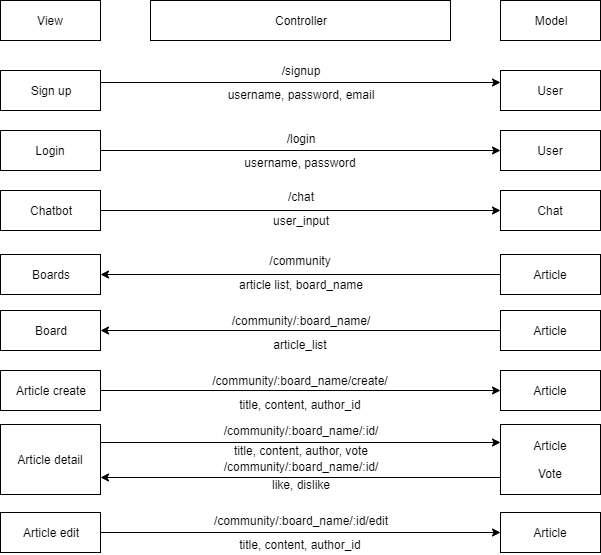
swsnu/swpp2019-team19 keeps this draw.io diagram as images/Controller.png. Above is the earlier version. Source tidied: cells renumbered, new cells last; positions are measured from the earlier drawing's top-left corner, leaving out a move shared by most shapes.
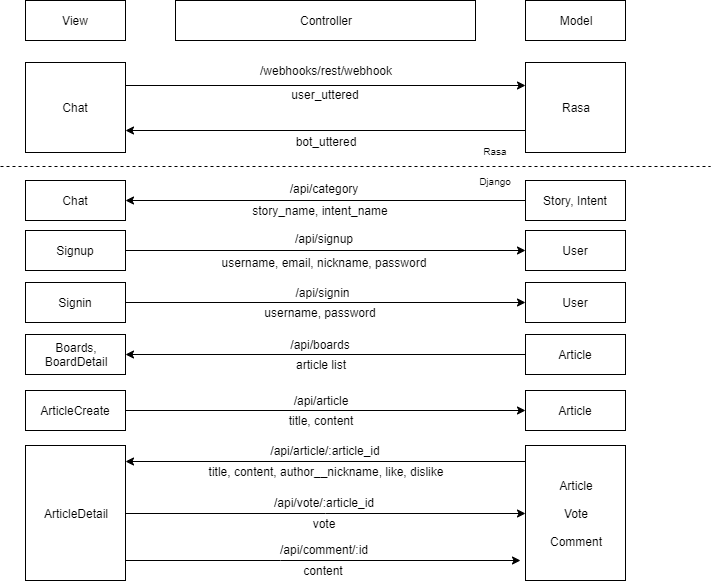
After the change.

Change to the diagram source:
```diff
@@ -11,137 +11,159 @@
     <mxCell id="4" value="Model" style="rounded=0;whiteSpace=wrap;html=1;" parent="1" vertex="1">
       <mxGeometry x="500" width="100" height="40" as="geometry" />
     </mxCell>
-    <mxCell id="5" value="Sign up" style="rounded=0;whiteSpace=wrap;html=1;" parent="1" vertex="1">
-      <mxGeometry y="70" width="100" height="40" as="geometry" />
+    <mxCell id="5" value="Signup" style="rounded=0;whiteSpace=wrap;html=1;" parent="1" vertex="1">
+      <mxGeometry y="230" width="100" height="40" as="geometry" />
     </mxCell>
     <mxCell id="6" value="User" style="rounded=0;whiteSpace=wrap;html=1;" parent="1" vertex="1">
-      <mxGeometry x="500" y="70" width="100" height="40" as="geometry" />
+      <mxGeometry x="500" y="230" width="100" height="40" as="geometry" />
     </mxCell>
-    <mxCell id="7" value="Login" style="rounded=0;whiteSpace=wrap;html=1;" parent="1" vertex="1">
-      <mxGeometry y="130" width="100" height="40" as="geometry" />
+    <mxCell id="7" value="Signin" style="rounded=0;whiteSpace=wrap;html=1;" parent="1" vertex="1">
+      <mxGeometry y="282" width="100" height="40" as="geometry" />
     </mxCell>
     <mxCell id="8" value="User" style="rounded=0;whiteSpace=wrap;html=1;" parent="1" vertex="1">
-      <mxGeometry x="500" y="130" width="100" height="40" as="geometry" />
+      <mxGeometry x="500" y="282" width="100" height="40" as="geometry" />
     </mxCell>
-    <mxCell id="9" style="edgeStyle=orthogonalEdgeStyle;rounded=0;jettySize=auto;html=1;strokeWidth=1;entryX=0;entryY=0.5;entryDx=0;entryDy=0;exitX=1;exitY=0.5;exitDx=0;exitDy=0;" parent="1" edge="1" source="10" target="11">
+    <mxCell id="9" style="edgeStyle=orthogonalEdgeStyle;rounded=0;jettySize=auto;html=1;strokeWidth=1;entryX=0;entryY=0.25;entryDx=0;entryDy=0;exitX=1;exitY=0.25;exitDx=0;exitDy=0;" parent="1" edge="1" source="10" target="11">
       <mxGeometry relative="1" as="geometry" />
     </mxCell>
-    <mxCell id="10" value="Chatbot" style="rounded=0;whiteSpace=wrap;html=1;" parent="1" vertex="1">
-      <mxGeometry y="190" width="100" height="40" as="geometry" />
+    <mxCell id="10" value="Chat" style="rounded=0;whiteSpace=wrap;html=1;" parent="1" vertex="1">
+      <mxGeometry y="62" width="100" height="90" as="geometry" />
     </mxCell>
+    <mxCell id="48" style="edgeStyle=orthogonalEdgeStyle;rounded=0;jettySize=auto;html=1;strokeWidth=1;exitX=0;exitY=0.75;exitDx=0;exitDy=0;entryX=1;entryY=0.75;entryDx=0;entryDy=0;" parent="1" edge="1" source="11" target="10">
+      <mxGeometry relative="1" as="geometry" />
+    </mxCell>
-    <mxCell id="11" value="Chat" style="rounded=0;whiteSpace=wrap;html=1;" parent="1" vertex="1">
-      <mxGeometry x="500" y="190" width="100" height="40" as="geometry" />
+    <mxCell id="11" value="Rasa" style="rounded=0;whiteSpace=wrap;html=1;" parent="1" vertex="1">
+      <mxGeometry x="500" y="62" width="100" height="90" as="geometry" />
     </mxCell>
-    <mxCell id="12" style="edgeStyle=orthogonalEdgeStyle;rounded=0;jettySize=auto;html=1;" parent="1" edge="1" source="13" target="14">
-      <mxGeometry relative="1" as="geometry" />
-    </mxCell>
+    <mxCell id="49" value="Boards,&lt;br&gt;BoardDetail" style="rounded=0;whiteSpace=wrap;html=1;" parent="1" vertex="1">
+      <mxGeometry y="334" width="100" height="40" as="geometry" />
+    </mxCell>
+    <mxCell id="50" style="edgeStyle=orthogonalEdgeStyle;rounded=0;jettySize=auto;html=1;strokeWidth=1;entryX=1;entryY=0.5;entryDx=0;entryDy=0;" parent="1" edge="1" source="13" target="49">
+      <mxGeometry relative="1" as="geometry" />
+    </mxCell>
     <mxCell id="13" value="Article" style="rounded=0;whiteSpace=wrap;html=1;" parent="1" vertex="1">
-      <mxGeometry x="500" y="254" width="100" height="40" as="geometry" />
+      <mxGeometry x="500" y="334" width="100" height="40" as="geometry" />
     </mxCell>
-    <mxCell id="14" value="Boards" style="rounded=0;whiteSpace=wrap;html=1;" parent="1" vertex="1">
-      <mxGeometry y="254" width="100" height="40" as="geometry" />
-    </mxCell>
+    <mxCell id="51" style="edgeStyle=orthogonalEdgeStyle;rounded=0;jettySize=auto;html=1;entryX=0;entryY=0.5;entryDx=0;entryDy=0;" parent="1" edge="1" source="15" target="17">
+      <mxGeometry relative="1" as="geometry" />
+    </mxCell>
-    <mxCell id="15" value="Board" style="rounded=0;whiteSpace=wrap;html=1;" parent="1" vertex="1">
-      <mxGeometry y="310" width="100" height="40" as="geometry" />
+    <mxCell id="15" value="ArticleCreate" style="rounded=0;whiteSpace=wrap;html=1;" parent="1" vertex="1">
+      <mxGeometry y="390" width="100" height="40" as="geometry" />
     </mxCell>
-    <mxCell id="16" style="edgeStyle=orthogonalEdgeStyle;rounded=0;jettySize=auto;html=1;strokeWidth=1;entryX=1;entryY=0.5;entryDx=0;entryDy=0;" parent="1" edge="1" source="17" target="15">
-      <mxGeometry relative="1" as="geometry" />
-    </mxCell>
     <mxCell id="17" value="Article" style="rounded=0;whiteSpace=wrap;html=1;" parent="1" vertex="1">
-      <mxGeometry x="500" y="310" width="100" height="40" as="geometry" />
+      <mxGeometry x="500" y="390" width="100" height="40" as="geometry" />
     </mxCell>
-    <mxCell id="18" style="edgeStyle=orthogonalEdgeStyle;rounded=0;jettySize=auto;html=1;exitX=1;exitY=0.25;exitDx=0;exitDy=0;entryX=0;entryY=0.25;entryDx=0;entryDy=0;" parent="1" edge="1" source="19" target="21">
-      <mxGeometry relative="1" as="geometry" />
-    </mxCell>
+    <mxCell id="52" style="edgeStyle=orthogonalEdgeStyle;rounded=0;jettySize=auto;html=1;entryX=-0.05;entryY=0.852;entryDx=0;entryDy=0;entryPerimeter=0;" parent="1" edge="1" source="19" target="21">
+      <mxGeometry relative="1" as="geometry">
+        <Array as="points">
+          <mxPoint x="255" y="560" />
+          <mxPoint x="255" y="560" />
+        </Array>
+      </mxGeometry>
+    </mxCell>
+    <mxCell id="53" style="edgeStyle=orthogonalEdgeStyle;rounded=0;jettySize=auto;html=1;entryX=0;entryY=0.5;entryDx=0;entryDy=0;" parent="1" edge="1" source="19" target="21">
+      <mxGeometry relative="1" as="geometry" />
+    </mxCell>
-    <mxCell id="19" value="Article detail" style="rounded=0;whiteSpace=wrap;html=1;" parent="1" vertex="1">
-      <mxGeometry y="424" width="100" height="70" as="geometry" />
+    <mxCell id="19" value="ArticleDetail" style="rounded=0;whiteSpace=wrap;html=1;" parent="1" vertex="1">
+      <mxGeometry y="445" width="100" height="135" as="geometry" />
     </mxCell>
-    <mxCell id="20" style="edgeStyle=orthogonalEdgeStyle;rounded=0;jettySize=auto;html=1;exitX=0;exitY=0.75;exitDx=0;exitDy=0;entryX=1;entryY=0.75;entryDx=0;entryDy=0;" parent="1" edge="1" source="21" target="19">
-      <mxGeometry relative="1" as="geometry" />
-    </mxCell>
+    <mxCell id="54" style="edgeStyle=orthogonalEdgeStyle;rounded=0;orthogonalLoop=1;jettySize=auto;html=1;strokeWidth=1;" parent="1" edge="1">
+      <mxGeometry relative="1" as="geometry">
+        <mxPoint x="500" y="461" as="sourcePoint" />
+        <mxPoint x="100" y="461" as="targetPoint" />
+      </mxGeometry>
+    </mxCell>
-    <mxCell id="21" value="Article&lt;br&gt;&lt;br&gt;Vote" style="rounded=0;whiteSpace=wrap;html=1;" parent="1" vertex="1">
-      <mxGeometry x="500" y="424" width="100" height="70" as="geometry" />
+    <mxCell id="21" value="Article&lt;br&gt;&lt;br&gt;Vote&lt;br&gt;&lt;br&gt;Comment" style="rounded=0;whiteSpace=wrap;html=1;" parent="1" vertex="1">
+      <mxGeometry x="500" y="445" width="100" height="135" as="geometry" />
     </mxCell>
-    <mxCell id="22" style="edgeStyle=orthogonalEdgeStyle;rounded=0;jettySize=auto;html=1;strokeWidth=1;" parent="1" edge="1" source="23" target="24">
-      <mxGeometry relative="1" as="geometry" />
-    </mxCell>
-    <mxCell id="23" value="Article edit" style="rounded=0;whiteSpace=wrap;html=1;" parent="1" vertex="1">
-      <mxGeometry y="512" width="100" height="40" as="geometry" />
+    <mxCell id="23" value="Chat" style="rounded=0;whiteSpace=wrap;html=1;" parent="1" vertex="1">
+      <mxGeometry y="180" width="100" height="40" as="geometry" />
     </mxCell>
+    <mxCell id="55" style="edgeStyle=orthogonalEdgeStyle;rounded=0;jettySize=auto;html=1;entryX=1;entryY=0.5;entryDx=0;entryDy=0;" parent="1" edge="1" target="23">
+      <mxGeometry relative="1" as="geometry">
+        <mxPoint x="500" y="200" as="sourcePoint" />
+      </mxGeometry>
+    </mxCell>
-    <mxCell id="24" value="Article" style="rounded=0;whiteSpace=wrap;html=1;" parent="1" vertex="1">
-      <mxGeometry x="500" y="512" width="100" height="40" as="geometry" />
+    <mxCell id="24" value="Story, Intent" style="rounded=0;whiteSpace=wrap;html=1;" parent="1" vertex="1">
+      <mxGeometry x="500" y="180" width="100" height="40" as="geometry" />
     </mxCell>
     <mxCell id="25" style="endArrow=classic;html=1;exitX=1;exitY=0.5;exitDx=0;exitDy=0;entryX=0;entryY=0.5;entryDx=0;entryDy=0;strokeWidth=1;" parent="1" edge="1">
       <mxGeometry relative="1" as="geometry">
-        <mxPoint x="100" y="82" as="sourcePoint" />
-        <mxPoint x="500" y="82" as="targetPoint" />
+        <mxPoint x="100" y="250" as="sourcePoint" />
+        <mxPoint x="500" y="250" as="targetPoint" />
       </mxGeometry>
     </mxCell>
-    <mxCell id="26" value="/signup" style="text;html=1;strokeColor=none;fillColor=none;align=center;verticalAlign=middle;whiteSpace=wrap;rounded=0;" parent="1" vertex="1">
-      <mxGeometry x="105" y="60" width="390" height="20" as="geometry" />
+    <mxCell id="26" value="/api/signup" style="text;html=1;strokeColor=none;fillColor=none;align=center;verticalAlign=middle;whiteSpace=wrap;rounded=0;" parent="1" vertex="1">
+      <mxGeometry x="102.5" y="228" width="390" height="20" as="geometry" />
     </mxCell>
-    <mxCell id="27" value="username, password, email" style="text;html=1;strokeColor=none;fillColor=none;align=center;verticalAlign=middle;whiteSpace=wrap;rounded=0;" parent="1" vertex="1">
-      <mxGeometry x="105" y="84" width="390" height="20" as="geometry" />
+    <mxCell id="27" value="username, email, nickname, password" style="text;html=1;strokeColor=none;fillColor=none;align=center;verticalAlign=middle;whiteSpace=wrap;rounded=0;" parent="1" vertex="1">
+      <mxGeometry x="102.5" y="252" width="390" height="20" as="geometry" />
     </mxCell>
-    <mxCell id="28" value="/login" style="text;html=1;strokeColor=none;fillColor=none;align=center;verticalAlign=middle;whiteSpace=wrap;rounded=0;" parent="1" vertex="1">
-      <mxGeometry x="105" y="128" width="390" height="20" as="geometry" />
+    <mxCell id="28" value="/api/signin" style="text;html=1;strokeColor=none;fillColor=none;align=center;verticalAlign=middle;whiteSpace=wrap;rounded=0;" parent="1" vertex="1">
+      <mxGeometry x="100" y="282" width="395" height="20" as="geometry" />
     </mxCell>
     <mxCell id="29" value="username, password" style="text;html=1;strokeColor=none;fillColor=none;align=center;verticalAlign=middle;whiteSpace=wrap;rounded=0;" parent="1" vertex="1">
-      <mxGeometry x="105" y="152" width="390" height="20" as="geometry" />
+      <mxGeometry x="100" y="302" width="390" height="20" as="geometry" />
     </mxCell>
     <mxCell id="30" style="endArrow=classic;html=1;strokeWidth=1;exitX=1;exitY=0.5;exitDx=0;exitDy=0;entryX=0;entryY=0.5;entryDx=0;entryDy=0;" parent="1" edge="1" source="7" target="8">
       <mxGeometry relative="1" as="geometry" />
     </mxCell>
-    <mxCell id="31" value="/chat" style="text;html=1;strokeColor=none;fillColor=none;align=center;verticalAlign=middle;whiteSpace=wrap;rounded=0;" parent="1" vertex="1">
-      <mxGeometry x="105" y="186" width="390" height="20" as="geometry" />
+    <mxCell id="31" value="/webhooks/rest/webhook" style="text;html=1;strokeColor=none;fillColor=none;align=center;verticalAlign=middle;whiteSpace=wrap;rounded=0;" parent="1" vertex="1">
+      <mxGeometry x="105" y="60" width="390" height="20" as="geometry" />
     </mxCell>
-    <mxCell id="32" value="user_input" style="text;html=1;strokeColor=none;fillColor=none;align=center;verticalAlign=middle;whiteSpace=wrap;rounded=0;" parent="1" vertex="1">
-      <mxGeometry x="105" y="210" width="390" height="20" as="geometry" />
+    <mxCell id="32" value="user_uttered" style="text;html=1;strokeColor=none;fillColor=none;align=center;verticalAlign=middle;whiteSpace=wrap;rounded=0;" parent="1" vertex="1">
+      <mxGeometry x="105" y="84" width="390" height="20" as="geometry" />
     </mxCell>
-    <mxCell id="33" value="/community/:board_name/" style="text;html=1;strokeColor=none;fillColor=none;align=center;verticalAlign=middle;whiteSpace=wrap;rounded=0;" parent="1" vertex="1">
-      <mxGeometry x="105" y="310" width="390" height="20" as="geometry" />
+    <mxCell id="33" value="/api/article" style="text;html=1;strokeColor=none;fillColor=none;align=center;verticalAlign=middle;whiteSpace=wrap;rounded=0;" parent="1" vertex="1">
+      <mxGeometry x="100" y="390" width="390" height="20" as="geometry" />
     </mxCell>
-    <mxCell id="34" value="article_list" style="text;html=1;strokeColor=none;fillColor=none;align=center;verticalAlign=middle;whiteSpace=wrap;rounded=0;" parent="1" vertex="1">
-      <mxGeometry x="105" y="334" width="390" height="20" as="geometry" />
+    <mxCell id="34" value="title, content" style="text;html=1;strokeColor=none;fillColor=none;align=center;verticalAlign=middle;whiteSpace=wrap;rounded=0;" parent="1" vertex="1">
+      <mxGeometry x="100" y="410" width="390" height="20" as="geometry" />
     </mxCell>
-    <mxCell id="35" value="/community/:board_name/:id/" style="text;html=1;strokeColor=none;fillColor=none;align=center;verticalAlign=middle;whiteSpace=wrap;rounded=0;" parent="1" vertex="1">
-      <mxGeometry x="105" y="420" width="390" height="20" as="geometry" />
+    <mxCell id="35" value="/api/article/:article_id" style="text;html=1;strokeColor=none;fillColor=none;align=center;verticalAlign=middle;whiteSpace=wrap;rounded=0;" parent="1" vertex="1">
+      <mxGeometry x="105" y="440" width="390" height="20" as="geometry" />
     </mxCell>
-    <mxCell id="36" value="title, content, author, vote" style="text;html=1;strokeColor=none;fillColor=none;align=center;verticalAlign=middle;whiteSpace=wrap;rounded=0;" parent="1" vertex="1">
-      <mxGeometry x="105" y="440" width="390" height="20" as="geometry" />
+    <mxCell id="36" value="title, content, author__nickname, like, dislike" style="text;html=1;strokeColor=none;fillColor=none;align=center;verticalAlign=middle;whiteSpace=wrap;rounded=0;" parent="1" vertex="1">
+      <mxGeometry x="105" y="461" width="390" height="20" as="geometry" />
     </mxCell>
-    <mxCell id="37" value="/community/:board_name/:id/edit" style="text;html=1;strokeColor=none;fillColor=none;align=center;verticalAlign=middle;whiteSpace=wrap;rounded=0;" parent="1" vertex="1">
-      <mxGeometry x="105" y="510" width="390" height="20" as="geometry" />
+    <mxCell id="37" value="/api/category" style="text;html=1;strokeColor=none;fillColor=none;align=center;verticalAlign=middle;whiteSpace=wrap;rounded=0;" parent="1" vertex="1">
+      <mxGeometry x="102.5" y="178" width="390" height="20" as="geometry" />
     </mxCell>
-    <mxCell id="38" value="title, content, author_id" style="text;html=1;strokeColor=none;fillColor=none;align=center;verticalAlign=middle;whiteSpace=wrap;rounded=0;" parent="1" vertex="1">
-      <mxGeometry x="105" y="534" width="390" height="20" as="geometry" />
+    <mxCell id="38" value="story_name, intent_name" style="text;html=1;strokeColor=none;fillColor=none;align=center;verticalAlign=middle;whiteSpace=wrap;rounded=0;" parent="1" vertex="1">
+      <mxGeometry x="100" y="200" width="390" height="20" as="geometry" />
     </mxCell>
+    <mxCell id="56" value="bot_uttered" style="text;html=1;strokeColor=none;fillColor=none;align=center;verticalAlign=middle;whiteSpace=wrap;rounded=0;" parent="1" vertex="1">
+      <mxGeometry x="105" y="131" width="390" height="20" as="geometry" />
+    </mxCell>
-    <mxCell id="39" value="/community" style="text;html=1;strokeColor=none;fillColor=none;align=center;verticalAlign=middle;whiteSpace=wrap;rounded=0;" parent="1" vertex="1">
-      <mxGeometry x="105" y="250" width="390" height="20" as="geometry" />
+    <mxCell id="39" value="/api/boards" style="text;html=1;strokeColor=none;fillColor=none;align=center;verticalAlign=middle;whiteSpace=wrap;rounded=0;" parent="1" vertex="1">
+      <mxGeometry x="100" y="334" width="390" height="20" as="geometry" />
     </mxCell>
-    <mxCell id="40" value="article list, board_name" style="text;html=1;strokeColor=none;fillColor=none;align=center;verticalAlign=middle;whiteSpace=wrap;rounded=0;" parent="1" vertex="1">
-      <mxGeometry x="105" y="274" width="390" height="20" as="geometry" />
+    <mxCell id="40" value="article list" style="text;html=1;strokeColor=none;fillColor=none;align=center;verticalAlign=middle;whiteSpace=wrap;rounded=0;" parent="1" vertex="1">
+      <mxGeometry x="100" y="354" width="390" height="20" as="geometry" />
     </mxCell>
-    <mxCell id="41" style="edgeStyle=orthogonalEdgeStyle;rounded=0;jettySize=auto;html=1;strokeWidth=1;" parent="1" edge="1" source="42" target="43">
-      <mxGeometry relative="1" as="geometry" />
-    </mxCell>
-    <mxCell id="42" value="Article create" style="rounded=0;whiteSpace=wrap;html=1;" parent="1" vertex="1">
-      <mxGeometry y="370" width="100" height="40" as="geometry" />
-    </mxCell>
-    <mxCell id="43" value="Article" style="rounded=0;whiteSpace=wrap;html=1;" parent="1" vertex="1">
-      <mxGeometry x="500" y="370" width="100" height="40" as="geometry" />
-    </mxCell>
-    <mxCell id="44" value="/community/:board_name/create/" style="text;html=1;strokeColor=none;fillColor=none;align=center;verticalAlign=middle;whiteSpace=wrap;rounded=0;" parent="1" vertex="1">
-      <mxGeometry x="105" y="370" width="390" height="20" as="geometry" />
-    </mxCell>
-    <mxCell id="45" value="title, content, author_id" style="text;html=1;strokeColor=none;fillColor=none;align=center;verticalAlign=middle;whiteSpace=wrap;rounded=0;" parent="1" vertex="1">
-      <mxGeometry x="105" y="394" width="390" height="20" as="geometry" />
-    </mxCell>
-    <mxCell id="46" value="/community/:board_name/:id/" style="text;html=1;strokeColor=none;fillColor=none;align=center;verticalAlign=middle;whiteSpace=wrap;rounded=0;" parent="1" vertex="1">
-      <mxGeometry x="105" y="456" width="390" height="20" as="geometry" />
-    </mxCell>
-    <mxCell id="47" value="like, dislike" style="text;html=1;strokeColor=none;fillColor=none;align=center;verticalAlign=middle;whiteSpace=wrap;rounded=0;" parent="1" vertex="1">
-      <mxGeometry x="105" y="474" width="390" height="20" as="geometry" />
-    </mxCell>
+    <mxCell id="57" value="/api/vote/:article_id" style="text;html=1;strokeColor=none;fillColor=none;align=center;verticalAlign=middle;whiteSpace=wrap;rounded=0;" parent="1" vertex="1">
+      <mxGeometry x="102.5" y="492" width="390" height="20" as="geometry" />
+    </mxCell>
+    <mxCell id="58" value="vote" style="text;html=1;strokeColor=none;fillColor=none;align=center;verticalAlign=middle;whiteSpace=wrap;rounded=0;" parent="1" vertex="1">
+      <mxGeometry x="102.5" y="513" width="390" height="20" as="geometry" />
+    </mxCell>
+    <mxCell id="59" value="/api/comment/:id" style="text;html=1;strokeColor=none;fillColor=none;align=center;verticalAlign=middle;whiteSpace=wrap;rounded=0;" parent="1" vertex="1">
+      <mxGeometry x="102.5" y="539" width="390" height="20" as="geometry" />
+    </mxCell>
+    <mxCell id="60" value="content" style="text;html=1;strokeColor=none;fillColor=none;align=center;verticalAlign=middle;whiteSpace=wrap;rounded=0;" parent="1" vertex="1">
+      <mxGeometry x="102.5" y="560" width="390" height="20" as="geometry" />
+    </mxCell>
+    <mxCell id="61" style="endArrow=none;dashed=1;html=1;" parent="1" edge="1">
+      <mxGeometry relative="1" as="geometry">
+        <mxPoint x="-25" y="166" as="sourcePoint" />
+        <mxPoint x="685" y="166" as="targetPoint" />
+      </mxGeometry>
+    </mxCell>
+    <mxCell id="62" value="&lt;font style=&quot;font-size: 10px&quot;&gt;Rasa&lt;/font&gt;" style="text;html=1;strokeColor=none;fillColor=none;align=center;verticalAlign=middle;whiteSpace=wrap;rounded=0;" parent="1" vertex="1">
+      <mxGeometry x="450" y="140" width="40" height="20" as="geometry" />
+    </mxCell>
+    <mxCell id="63" value="&lt;font style=&quot;font-size: 10px&quot;&gt;Django&lt;/font&gt;" style="text;html=1;strokeColor=none;fillColor=none;align=center;verticalAlign=middle;whiteSpace=wrap;rounded=0;" parent="1" vertex="1">
+      <mxGeometry x="450" y="170" width="40" height="20" as="geometry" />
+    </mxCell>
   </root>
 </mxGraphModel>
```
